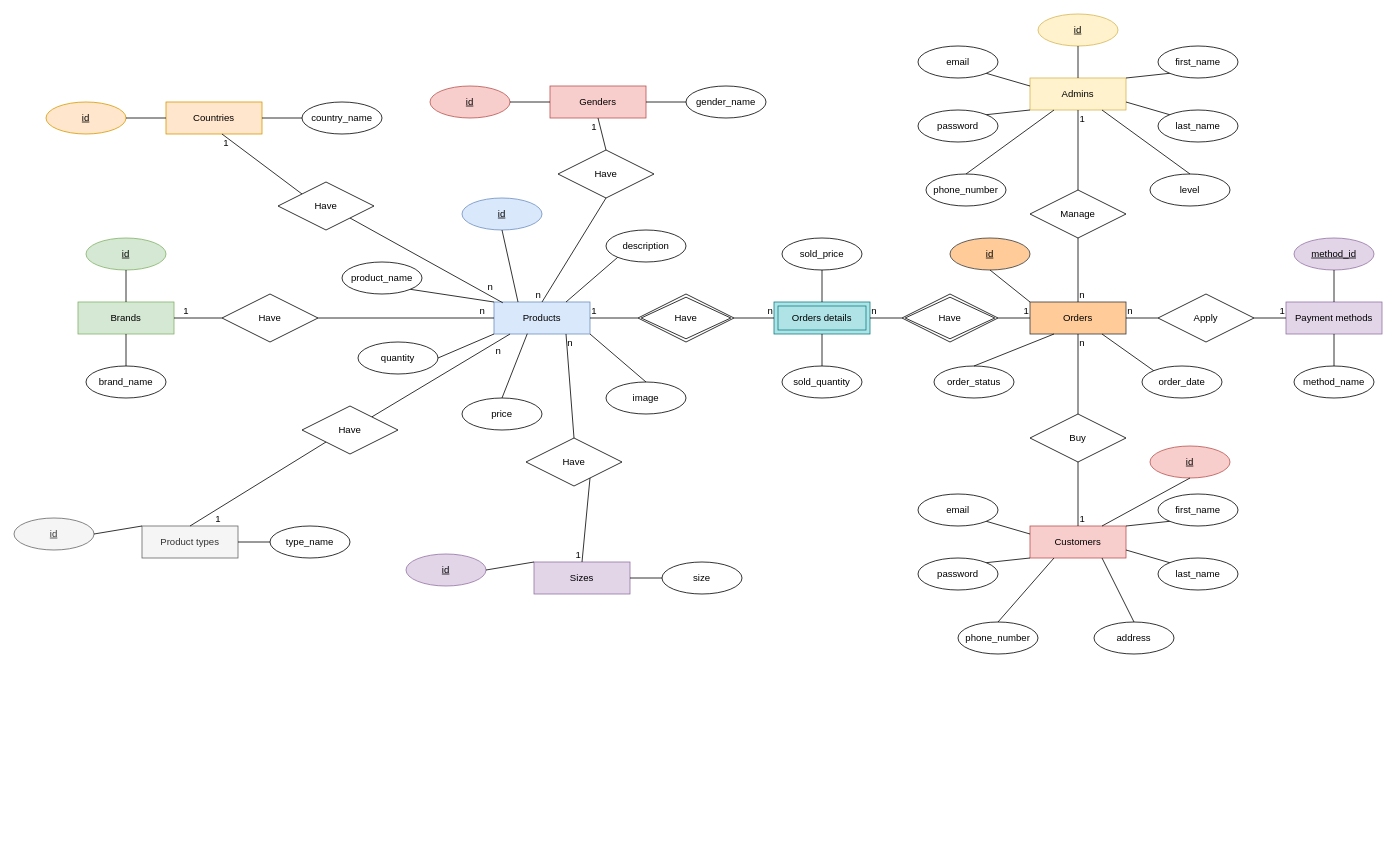
Before: perfume.drawio in tamgtasa2611/perfume_store, a draw.io diagram. Source tidied: cells renumbered, new cells numbered last; positions are measured from the earlier drawing's top-left corner, leaving out a move shared by most shapes. Both pictures are drawn from the tidied source at 80%, with x=0, y=0 at pixel (14, 14).
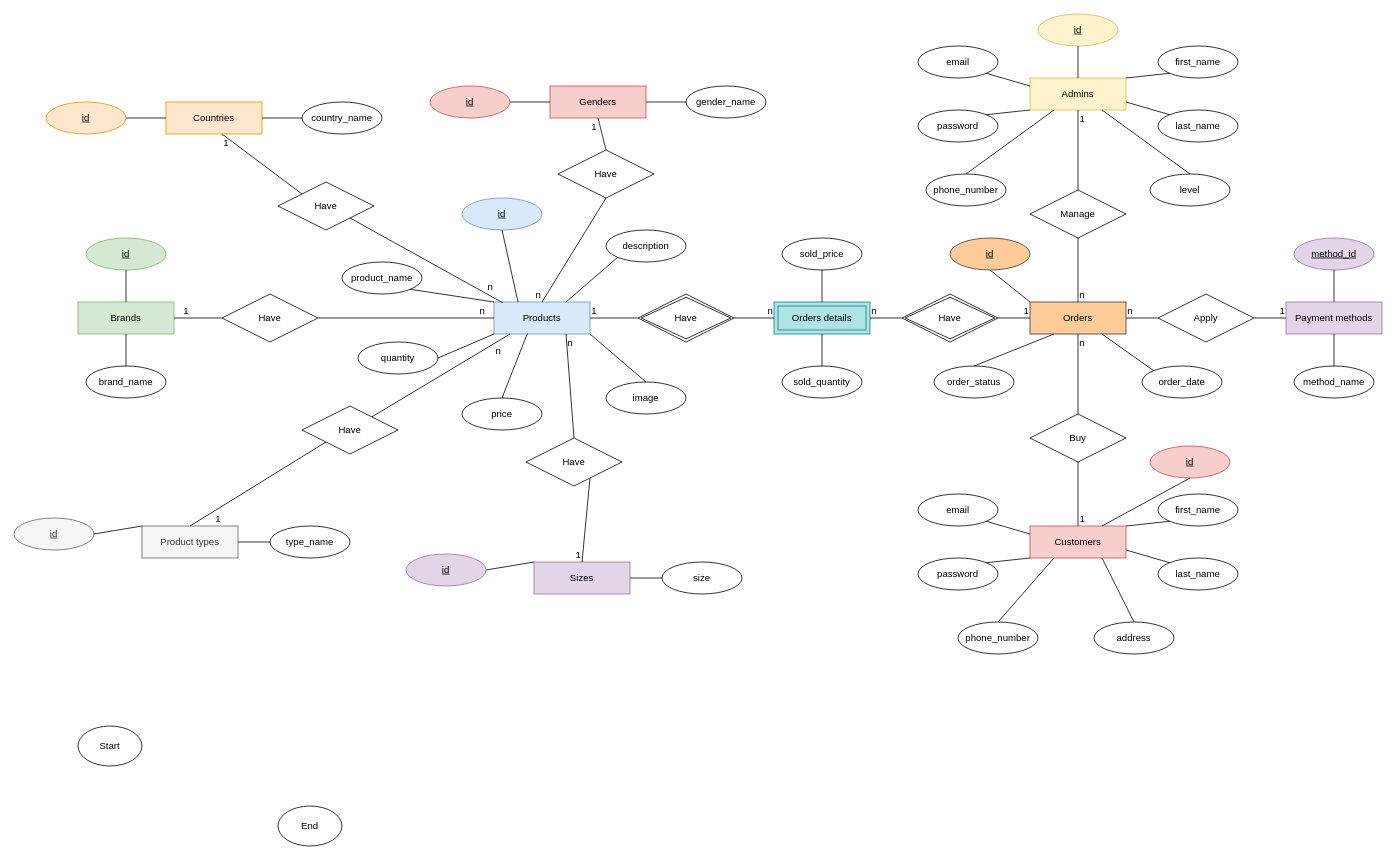
The same diagram, later.

Change to the diagram source:
```diff
@@
+    <mxCell id="137" value="Start" style="ellipse;whiteSpace=wrap;html=1;" parent="1" vertex="1">
+      <mxGeometry x="80" y="890" width="80" height="50" as="geometry" />
+    </mxCell>
+    <mxCell id="138" value="End" style="ellipse;whiteSpace=wrap;html=1;" parent="1" vertex="1">
+      <mxGeometry x="330" y="990" width="80" height="50" as="geometry" />
+    </mxCell>
```
